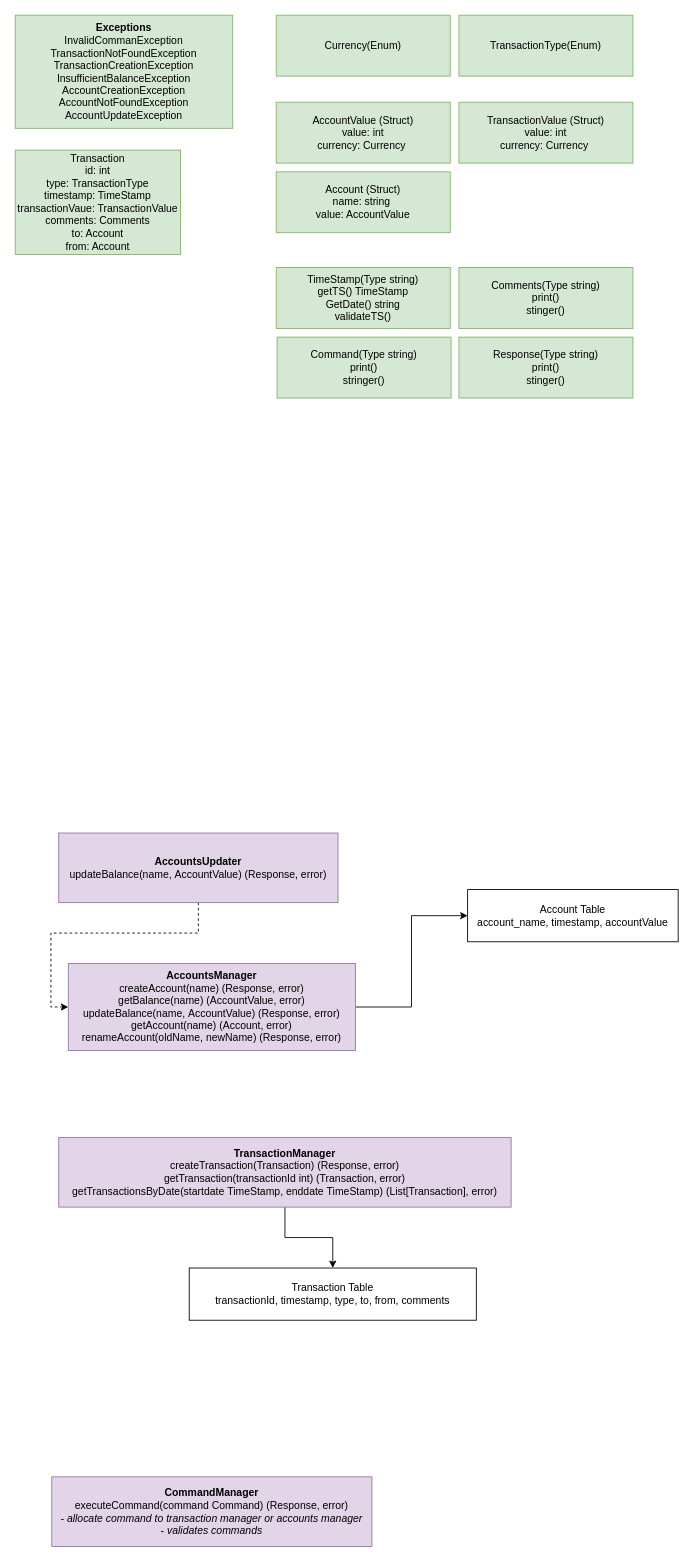
This is page "LLD" (2 of 3) of architecture/personal_finance_utility.drawio from pogo420/persofin, a draw.io file, before an edit. Source tidied: cells renumbered, new cells numbered last; positions are measured from the earlier drawing's top-left corner, leaving out a move shared by most shapes. Both pictures are drawn from the tidied source at 87%, with x=0, y=0 at pixel (15, 15).
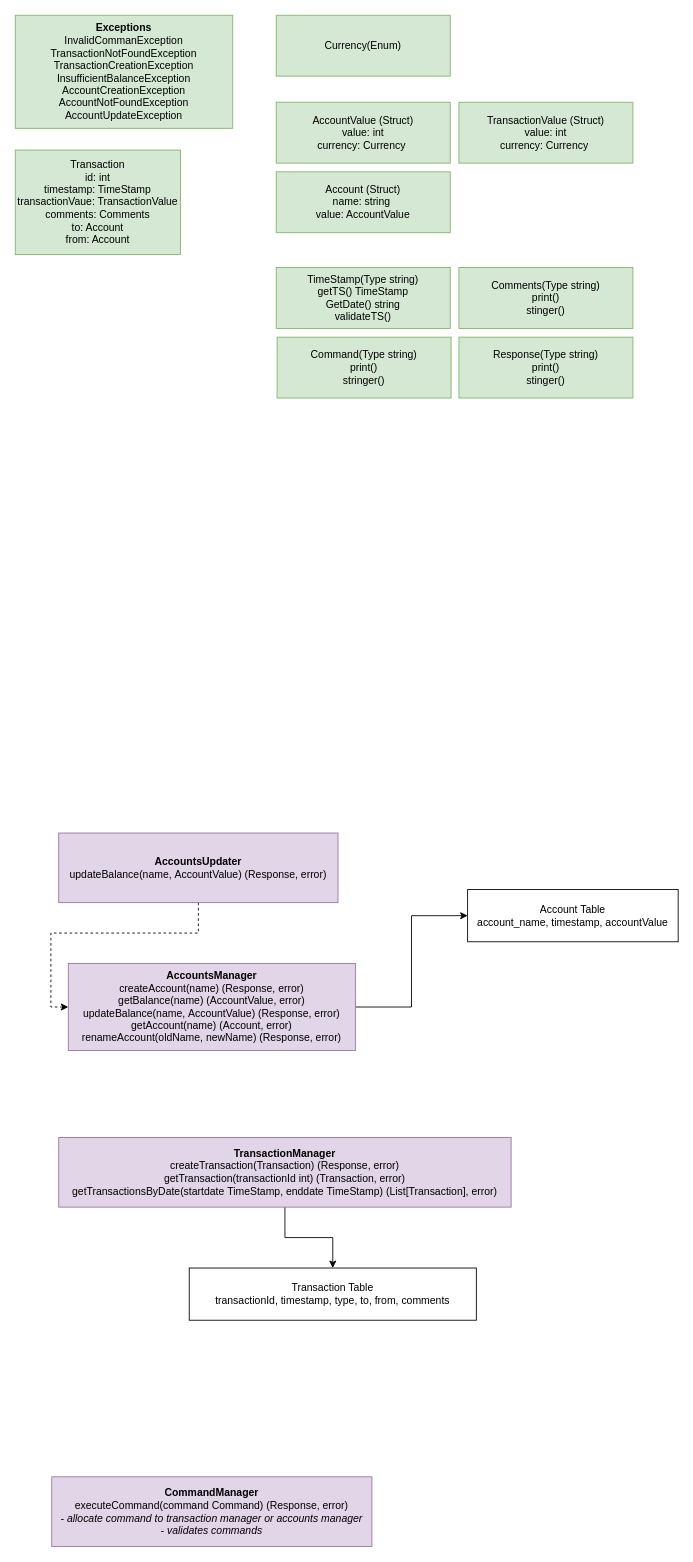
Above is the later version.

Commit message (it also covers changes not shown here):
transaction type removal

The edit, as a diff of the source:
```diff
@@
-    <mxCell id="2" value="Transaction&lt;br&gt;id: int&lt;br&gt;type: TransactionType&lt;br&gt;timestamp: TimeStamp&lt;br&gt;transactionVaue: TransactionValue&lt;br&gt;comments: Comments&lt;br&gt;to: Account&lt;br&gt;from: Account" style="rounded=0;whiteSpace=wrap;html=1;fillColor=#d5e8d4;strokeColor=#82b366;" parent="1" vertex="1">
+    <mxCell id="2" value="Transaction&lt;br&gt;id: int&lt;br&gt;timestamp: TimeStamp&lt;br&gt;transactionVaue: TransactionValue&lt;br&gt;comments: Comments&lt;br&gt;to: Account&lt;br&gt;from: Account" style="rounded=0;whiteSpace=wrap;html=1;fillColor=#d5e8d4;strokeColor=#82b366;" parent="1" vertex="1">
       <mxGeometry y="155" width="190" height="120" as="geometry" />
     </mxCell>
@@
-    <mxCell id="21" value="TransactionType(Enum)" style="rounded=0;whiteSpace=wrap;html=1;fillColor=#d5e8d4;strokeColor=#82b366;" parent="1" vertex="1">
-      <mxGeometry x="510" width="200" height="70" as="geometry" />
-    </mxCell>
```
